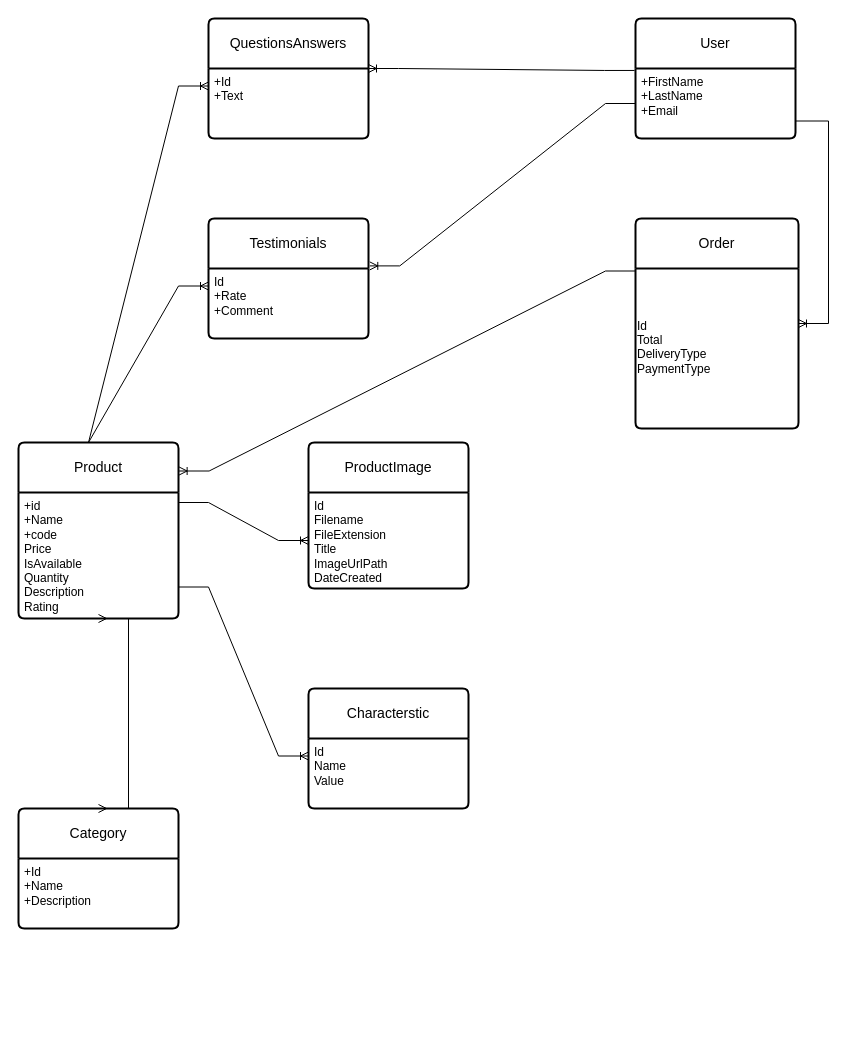
This is Untitled Diagram.drawio from MarkusBlackburn/fw-shop-api, a draw.io file, before an edit. Source tidied: cells renumbered, new cells numbered last; positions are measured from the earlier drawing's top-left corner, leaving out a move shared by most shapes. Both pictures are drawn from the tidied source at 100%, with x=0, y=0 at pixel (-112, 18).
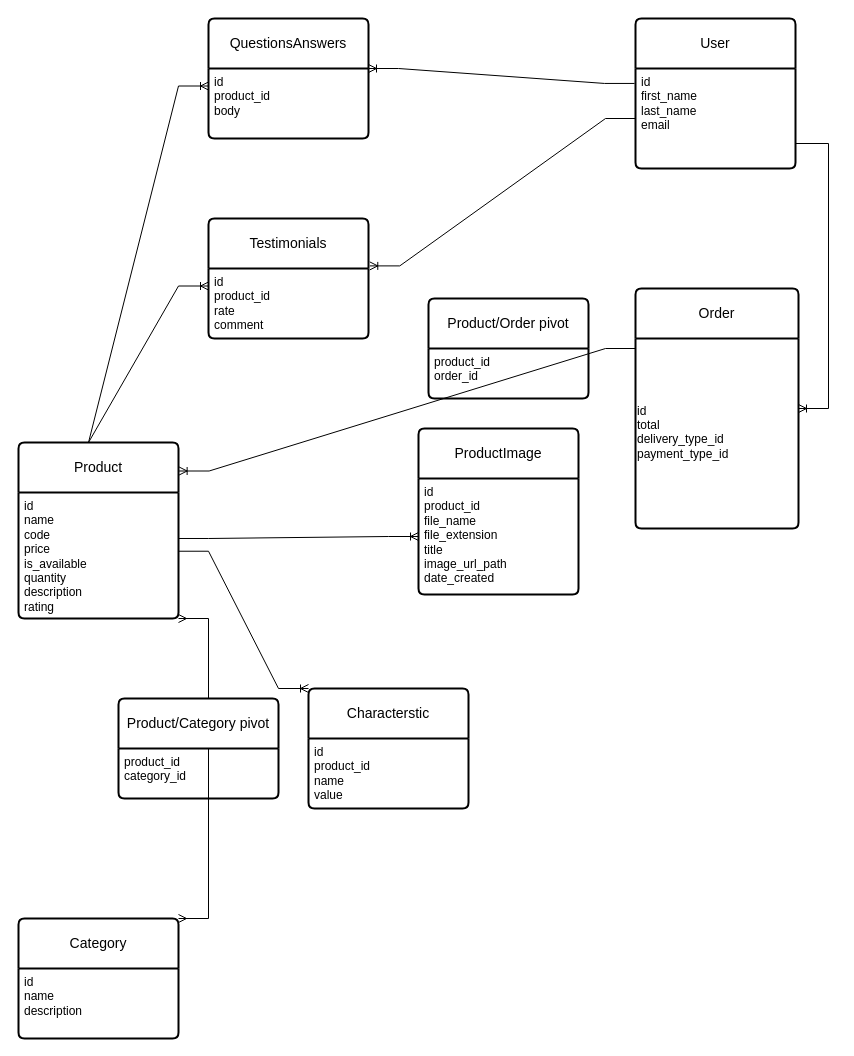
The same page after the edit.

The change refers to these unchanged cells:
```xml
<mxCell id="10" value="Product" style="swimlane;horizontal=1;startSize=50;rounded=1;fontSize=14;fontStyle=0;strokeWidth=2;shadow=0;dashed=0;align=center;arcSize=4;whiteSpace=wrap;html=1;" parent="1" vertex="1">
  <mxGeometry x="130" y="424" width="160" height="176" as="geometry" />
</mxCell>
<mxCell id="12" value="Characterstic" style="swimlane;horizontal=1;startSize=50;rounded=1;fontSize=14;fontStyle=0;strokeWidth=2;shadow=0;dashed=0;align=center;arcSize=4;whiteSpace=wrap;html=1;" parent="1" vertex="1">
  <mxGeometry x="420" y="670" width="160" height="120" as="geometry" />
</mxCell>
<mxCell id="15" value="Testimonials" style="swimlane;horizontal=1;startSize=50;rounded=1;fontSize=14;fontStyle=0;strokeWidth=2;shadow=0;dashed=0;align=center;arcSize=4;whiteSpace=wrap;html=1;" parent="1" vertex="1">
  <mxGeometry x="320" y="200" width="160" height="120" as="geometry" />
</mxCell>
<mxCell id="18" value="QuestionsAnswers" style="swimlane;horizontal=1;startSize=50;rounded=1;fontSize=14;fontStyle=0;strokeWidth=2;shadow=0;dashed=0;align=center;arcSize=4;whiteSpace=wrap;html=1;" parent="1" vertex="1">
  <mxGeometry x="320" width="160" height="120" as="geometry" />
</mxCell>
```

The edit, as a diff of the source:
```diff
@@
     <mxCell id="2" value="&lt;div&gt;User&lt;/div&gt;" style="swimlane;horizontal=1;startSize=50;rounded=1;fontSize=14;fontStyle=0;strokeWidth=2;shadow=0;dashed=0;align=center;arcSize=4;whiteSpace=wrap;html=1;" parent="1" vertex="1">
-      <mxGeometry x="747" width="160" height="120" as="geometry" />
+      <mxGeometry x="747" width="160" height="150" as="geometry" />
     </mxCell>
-    <mxCell id="3" value="+FirstName&lt;br&gt;+LastName&lt;br&gt;+Email" style="align=left;strokeColor=none;fillColor=none;spacingLeft=4;fontSize=12;verticalAlign=top;html=1;" parent="2" vertex="1">
-      <mxGeometry y="50" width="160" height="70" as="geometry" />
+    <mxCell id="3" value="id&lt;br&gt;first_name&lt;br&gt;last_name&lt;br&gt;email" style="align=left;strokeColor=none;fillColor=none;spacingLeft=4;fontSize=12;verticalAlign=top;html=1;" parent="2" vertex="1">
+      <mxGeometry y="50" width="160" height="100" as="geometry" />
     </mxCell>
     <mxCell id="4" value="Order" style="swimlane;horizontal=1;startSize=50;rounded=1;fontSize=14;fontStyle=0;strokeWidth=2;shadow=0;dashed=0;align=center;arcSize=4;whiteSpace=wrap;html=1;" parent="1" vertex="1">
-      <mxGeometry x="747" y="200" width="163" height="210" as="geometry" />
+      <mxGeometry x="747" y="270" width="163" height="240" as="geometry" />
     </mxCell>
-    <mxCell id="5" value="&lt;p style=&quot;line-height: 110%;&quot;&gt;&lt;/p&gt;&lt;div align=&quot;left&quot;&gt;Id&lt;/div&gt;&lt;div align=&quot;left&quot;&gt;Total&lt;br&gt;&lt;/div&gt;&lt;div align=&quot;left&quot;&gt;DeliveryType&lt;/div&gt;&lt;div align=&quot;left&quot;&gt;PaymentType&lt;/div&gt;&lt;div align=&quot;left&quot;&gt;&lt;br&gt;&lt;/div&gt;" style="text;html=1;align=left;verticalAlign=middle;strokeColor=none;fillColor=none;" parent="4" vertex="1">
-      <mxGeometry y="50" width="163" height="160" as="geometry" />
+    <mxCell id="5" value="&lt;p style=&quot;line-height: 110%;&quot;&gt;&lt;/p&gt;&lt;div align=&quot;left&quot;&gt;id&lt;/div&gt;&lt;div align=&quot;left&quot;&gt;total&lt;br&gt;&lt;/div&gt;&lt;div align=&quot;left&quot;&gt;delivery_type_id&lt;/div&gt;&lt;div align=&quot;left&quot;&gt;payment_type_id&lt;/div&gt;&lt;div align=&quot;left&quot;&gt;&lt;br&gt;&lt;/div&gt;" style="text;html=1;align=left;verticalAlign=middle;strokeColor=none;fillColor=none;" parent="4" vertex="1">
+      <mxGeometry y="50" width="163" height="190" as="geometry" />
     </mxCell>
@@
     <mxCell id="7" value="ProductImage" style="swimlane;horizontal=1;startSize=50;rounded=1;fontSize=14;fontStyle=0;strokeWidth=2;shadow=0;dashed=0;align=center;arcSize=4;whiteSpace=wrap;html=1;" parent="1" vertex="1">
-      <mxGeometry x="420" y="424" width="160" height="146" as="geometry" />
+      <mxGeometry x="530" y="410" width="160" height="166" as="geometry" />
     </mxCell>
-    <mxCell id="8" value="&lt;div&gt;Id&lt;/div&gt;&lt;div&gt;Filename&lt;/div&gt;&lt;div&gt;FileExtension&lt;/div&gt;&lt;div&gt;Title&lt;/div&gt;&lt;div&gt;ImageUrlPath&lt;/div&gt;&lt;div&gt;DateCreated&lt;br&gt;&lt;/div&gt;" style="align=left;strokeColor=none;fillColor=none;spacingLeft=4;fontSize=12;verticalAlign=top;html=1;" parent="7" vertex="1">
-      <mxGeometry y="50" width="160" height="96" as="geometry" />
+    <mxCell id="8" value="&lt;div&gt;id&lt;/div&gt;&lt;div&gt;product_id&lt;/div&gt;&lt;div&gt;file_name&lt;/div&gt;&lt;div&gt;file_extension&lt;/div&gt;&lt;div&gt;title&lt;/div&gt;&lt;div&gt;image_url_path&lt;/div&gt;&lt;div&gt;date_created&lt;br&gt;&lt;/div&gt;" style="align=left;strokeColor=none;fillColor=none;spacingLeft=4;fontSize=12;verticalAlign=top;html=1;" parent="7" vertex="1">
+      <mxGeometry y="50" width="160" height="116" as="geometry" />
     </mxCell>
-    <mxCell id="9" style="edgeStyle=entityRelationEdgeStyle;fontSize=12;html=1;endArrow=ERoneToMany;rounded=0;exitX=1;exitY=0.5;exitDx=0;exitDy=0;entryX=0;entryY=0.5;entryDx=0;entryDy=0;" parent="1" edge="1" target="8">
-      <mxGeometry relative="1" as="geometry">
-        <mxPoint x="290" y="484" as="sourcePoint" />
-      </mxGeometry>
+    <mxCell id="9" style="edgeStyle=entityRelationEdgeStyle;fontSize=12;html=1;endArrow=ERoneToMany;rounded=0;exitX=1.001;exitY=0.365;exitDx=0;exitDy=0;entryX=0;entryY=0.5;entryDx=0;entryDy=0;exitPerimeter=0;" parent="1" edge="1" source="11" target="8">
+      <mxGeometry relative="1" as="geometry" />
     </mxCell>
@@
-    <mxCell id="11" value="+id&lt;br&gt;+Name&lt;br&gt;&lt;div&gt;+code&lt;/div&gt;&lt;div&gt;Price&lt;/div&gt;&lt;div&gt;IsAvailable&lt;/div&gt;&lt;div&gt;Quantity&lt;/div&gt;&lt;div&gt;Description&lt;/div&gt;Rating" style="align=left;strokeColor=none;fillColor=none;spacingLeft=4;fontSize=12;verticalAlign=top;html=1;" parent="10" vertex="1">
+    <mxCell id="11" value="id&lt;br&gt;name&lt;br&gt;&lt;div&gt;code&lt;/div&gt;&lt;div&gt;price&lt;/div&gt;&lt;div&gt;is_available&lt;/div&gt;&lt;div&gt;quantity&lt;/div&gt;&lt;div&gt;description&lt;/div&gt;rating" style="align=left;strokeColor=none;fillColor=none;spacingLeft=4;fontSize=12;verticalAlign=top;html=1;" parent="10" vertex="1">
       <mxGeometry y="50" width="160" height="126" as="geometry" />
     </mxCell>
@@
-    <mxCell id="13" value="&lt;div&gt;Id&lt;/div&gt;&lt;div&gt;Name&lt;/div&gt;&lt;div&gt;Value&lt;br&gt;&lt;/div&gt;" style="align=left;strokeColor=none;fillColor=none;spacingLeft=4;fontSize=12;verticalAlign=top;html=1;" parent="12" vertex="1">
+    <mxCell id="13" value="&lt;div&gt;id&lt;br&gt;product_id&lt;/div&gt;&lt;div&gt;name&lt;/div&gt;&lt;div&gt;value&lt;br&gt;&lt;/div&gt;" style="align=left;strokeColor=none;fillColor=none;spacingLeft=4;fontSize=12;verticalAlign=top;html=1;" parent="12" vertex="1">
       <mxGeometry y="50" width="160" height="70" as="geometry" />
     </mxCell>
-    <mxCell id="14" style="edgeStyle=entityRelationEdgeStyle;fontSize=12;html=1;endArrow=ERoneToMany;rounded=0;exitX=1;exitY=0.75;exitDx=0;exitDy=0;entryX=0;entryY=0.25;entryDx=0;entryDy=0;" parent="1" edge="1" source="11" target="13">
+    <mxCell id="14" style="edgeStyle=entityRelationEdgeStyle;fontSize=12;html=1;endArrow=ERoneToMany;rounded=0;exitX=1;exitY=0.466;exitDx=0;exitDy=0;entryX=0;entryY=0;entryDx=0;entryDy=0;exitPerimeter=0;" parent="1" edge="1" source="11" target="12">
       <mxGeometry relative="1" as="geometry" />
     </mxCell>
@@
-    <mxCell id="16" value="Id&lt;br&gt;+Rate&lt;br&gt;+Comment" style="align=left;strokeColor=none;fillColor=none;spacingLeft=4;fontSize=12;verticalAlign=top;html=1;" parent="15" vertex="1">
+    <mxCell id="16" value="id&lt;br&gt;product_id&lt;br&gt;rate&lt;br&gt;comment" style="align=left;strokeColor=none;fillColor=none;spacingLeft=4;fontSize=12;verticalAlign=top;html=1;" parent="15" vertex="1">
       <mxGeometry y="50" width="160" height="70" as="geometry" />
     </mxCell>
@@
-    <mxCell id="19" value="+Id&lt;br&gt;+Text" style="align=left;strokeColor=none;fillColor=none;spacingLeft=4;fontSize=12;verticalAlign=top;html=1;" parent="18" vertex="1">
+    <mxCell id="19" value="id&lt;br&gt;product_id&lt;br&gt;body" style="align=left;strokeColor=none;fillColor=none;spacingLeft=4;fontSize=12;verticalAlign=top;html=1;" parent="18" vertex="1">
       <mxGeometry y="50" width="160" height="70" as="geometry" />
     </mxCell>
@@
     <mxCell id="23" value="Category" style="swimlane;horizontal=1;startSize=50;rounded=1;fontSize=14;fontStyle=0;strokeWidth=2;shadow=0;dashed=0;align=center;arcSize=4;whiteSpace=wrap;html=1;" parent="1" vertex="1">
-      <mxGeometry x="130" y="790" width="160" height="120" as="geometry" />
+      <mxGeometry x="130" y="900" width="160" height="120" as="geometry" />
     </mxCell>
-    <mxCell id="24" value="+Id&lt;br&gt;+Name&lt;br&gt;+Description" style="align=left;strokeColor=none;fillColor=none;spacingLeft=4;fontSize=12;verticalAlign=top;html=1;" parent="23" vertex="1">
+    <mxCell id="24" value="id&lt;br&gt;name&lt;br&gt;description" style="align=left;strokeColor=none;fillColor=none;spacingLeft=4;fontSize=12;verticalAlign=top;html=1;" parent="23" vertex="1">
       <mxGeometry y="50" width="160" height="70" as="geometry" />
     </mxCell>
-    <mxCell id="25" style="edgeStyle=entityRelationEdgeStyle;fontSize=12;html=1;endArrow=ERmany;startArrow=ERmany;rounded=0;entryX=0.5;entryY=1;entryDx=0;entryDy=0;exitX=0.5;exitY=0;exitDx=0;exitDy=0;" parent="1" edge="1" source="23" target="11">
+    <mxCell id="25" style="edgeStyle=entityRelationEdgeStyle;fontSize=12;html=1;endArrow=ERmany;startArrow=ERmany;rounded=0;exitX=1;exitY=0;exitDx=0;exitDy=0;entryX=1;entryY=1;entryDx=0;entryDy=0;" parent="1" edge="1" source="23" target="11">
       <mxGeometry relative="1" as="geometry">
         <Array as="points">
           <mxPoint y="660" />
+          <mxPoint x="200" y="690" />
+          <mxPoint x="230" y="640" />
+          <mxPoint x="230" y="660" />
+          <mxPoint x="350" y="740" />
           <mxPoint x="200" y="710" />
           <mxPoint x="550" y="830" />
           <mxPoint x="220" y="610" />
         </Array>
       </mxGeometry>
     </mxCell>
@@
+    <mxCell id="27" value="Product/Category pivot" style="swimlane;horizontal=1;startSize=50;rounded=1;fontSize=14;fontStyle=0;strokeWidth=2;shadow=0;dashed=0;align=center;arcSize=4;whiteSpace=wrap;html=1;" parent="1" vertex="1">
+      <mxGeometry x="230" y="680" width="160" height="100" as="geometry" />
+    </mxCell>
+    <mxCell id="28" value="product_id&lt;br&gt;category_id" style="align=left;strokeColor=none;fillColor=none;spacingLeft=4;fontSize=12;verticalAlign=top;html=1;" parent="27" vertex="1">
+      <mxGeometry y="50" width="160" height="50" as="geometry" />
+    </mxCell>
+    <mxCell id="29" value="Product/Order pivot" style="swimlane;horizontal=1;startSize=50;rounded=1;fontSize=14;fontStyle=0;strokeWidth=2;shadow=0;dashed=0;align=center;arcSize=4;whiteSpace=wrap;html=1;" parent="1" vertex="1">
+      <mxGeometry x="540" y="280" width="160" height="100" as="geometry" />
+    </mxCell>
+    <mxCell id="30" value="product_id&lt;br&gt;order_id" style="align=left;strokeColor=none;fillColor=none;spacingLeft=4;fontSize=12;verticalAlign=top;html=1;" parent="29" vertex="1">
+      <mxGeometry y="50" width="160" height="50" as="geometry" />
+    </mxCell>
```
